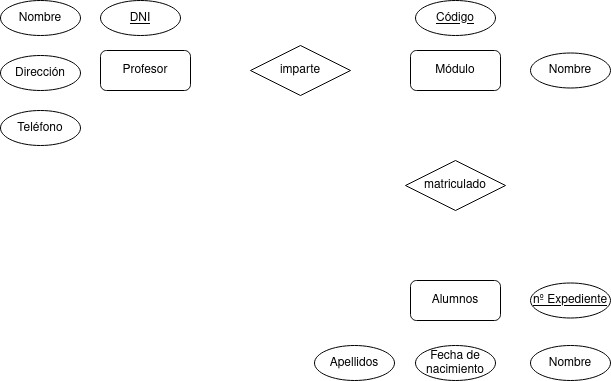
Before: Unidad-1/Tareas/Tarea-4/Ejercicio5.drawio.png, a diagram exported from draw.io (LuisMGlez/base-datos). Source tidied: cells renumbered, new cells last; positions are measured from the earlier drawing's top-left corner, leaving out a move shared by most shapes.
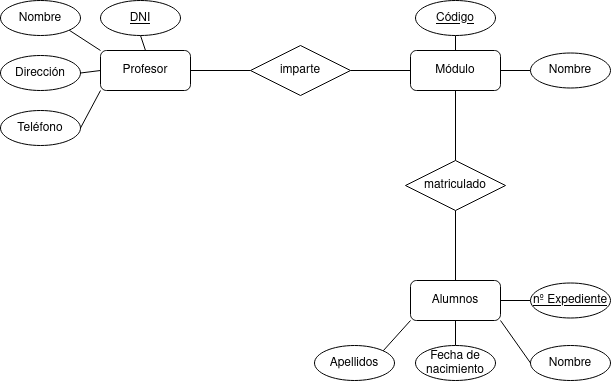
Above is the later version.

The edit, as a diff of the source:
```diff
@@ -2,18 +2,60 @@
   <root>
     <mxCell id="0" />
     <mxCell id="1" parent="0" />
+    <mxCell id="17" style="edgeStyle=orthogonalEdgeStyle;rounded=0;jettySize=auto;html=1;exitX=1;exitY=0.5;exitDx=0;exitDy=0;endArrow=none;endFill=0;" parent="1" edge="1" source="2" target="5">
+      <mxGeometry relative="1" as="geometry" />
+    </mxCell>
+    <mxCell id="18" style="rounded=0;jettySize=auto;html=1;exitX=0;exitY=1;exitDx=0;exitDy=0;entryX=1;entryY=0.5;entryDx=0;entryDy=0;endArrow=none;endFill=0;" parent="1" edge="1" source="2" target="11">
+      <mxGeometry relative="1" as="geometry" />
+    </mxCell>
+    <mxCell id="19" style="rounded=0;jettySize=auto;html=1;exitX=0;exitY=0.5;exitDx=0;exitDy=0;entryX=1;entryY=0.5;entryDx=0;entryDy=0;endArrow=none;endFill=0;" parent="1" edge="1" source="2" target="12">
+      <mxGeometry relative="1" as="geometry" />
+    </mxCell>
+    <mxCell id="20" style="rounded=0;jettySize=auto;html=1;exitX=0;exitY=0;exitDx=0;exitDy=0;entryX=1;entryY=1;entryDx=0;entryDy=0;endArrow=none;endFill=0;" parent="1" edge="1" source="2" target="14">
+      <mxGeometry relative="1" as="geometry" />
+    </mxCell>
+    <mxCell id="21" style="rounded=0;jettySize=auto;html=1;exitX=0.5;exitY=0;exitDx=0;exitDy=0;entryX=0.5;entryY=1;entryDx=0;entryDy=0;endArrow=none;endFill=0;" parent="1" edge="1" source="2" target="13">
+      <mxGeometry relative="1" as="geometry" />
+    </mxCell>
     <mxCell id="2" value="Profesor" style="rounded=1;whiteSpace=wrap;html=1;" parent="1" vertex="1">
       <mxGeometry x="100" y="50" width="90" height="40" as="geometry" />
     </mxCell>
+    <mxCell id="22" style="edgeStyle=orthogonalEdgeStyle;rounded=0;jettySize=auto;html=1;exitX=1;exitY=0.5;exitDx=0;exitDy=0;entryX=0;entryY=0.5;entryDx=0;entryDy=0;endArrow=none;endFill=0;" parent="1" edge="1" source="3" target="10">
+      <mxGeometry relative="1" as="geometry" />
+    </mxCell>
+    <mxCell id="23" style="edgeStyle=orthogonalEdgeStyle;rounded=0;jettySize=auto;html=1;exitX=0.5;exitY=1;exitDx=0;exitDy=0;entryX=0.5;entryY=0;entryDx=0;entryDy=0;endArrow=none;endFill=0;" parent="1" edge="1" source="3" target="8">
+      <mxGeometry relative="1" as="geometry" />
+    </mxCell>
+    <mxCell id="24" style="rounded=0;jettySize=auto;html=1;exitX=1;exitY=1;exitDx=0;exitDy=0;entryX=0;entryY=0.5;entryDx=0;entryDy=0;endArrow=none;endFill=0;" parent="1" edge="1" source="3" target="16">
+      <mxGeometry relative="1" as="geometry" />
+    </mxCell>
+    <mxCell id="25" style="rounded=0;jettySize=auto;html=1;exitX=0;exitY=1;exitDx=0;exitDy=0;entryX=1;entryY=0;entryDx=0;entryDy=0;endArrow=none;endFill=0;" parent="1" edge="1" source="3" target="9">
+      <mxGeometry relative="1" as="geometry" />
+    </mxCell>
     <mxCell id="3" value="Alumnos" style="rounded=1;whiteSpace=wrap;html=1;" parent="1" vertex="1">
       <mxGeometry x="410" y="280" width="90" height="40" as="geometry" />
     </mxCell>
+    <mxCell id="26" style="edgeStyle=orthogonalEdgeStyle;rounded=0;jettySize=auto;html=1;exitX=0.5;exitY=1;exitDx=0;exitDy=0;entryX=0.5;entryY=0;entryDx=0;entryDy=0;endArrow=none;endFill=0;" parent="1" edge="1" source="4" target="6">
+      <mxGeometry relative="1" as="geometry" />
+    </mxCell>
+    <mxCell id="27" style="edgeStyle=orthogonalEdgeStyle;rounded=0;jettySize=auto;html=1;exitX=0.5;exitY=0;exitDx=0;exitDy=0;entryX=0.5;entryY=1;entryDx=0;entryDy=0;endArrow=none;endFill=0;" parent="1" edge="1" source="4" target="7">
+      <mxGeometry relative="1" as="geometry" />
+    </mxCell>
+    <mxCell id="28" style="edgeStyle=orthogonalEdgeStyle;rounded=0;jettySize=auto;html=1;exitX=1;exitY=0.5;exitDx=0;exitDy=0;entryX=0;entryY=0.5;entryDx=0;entryDy=0;endArrow=none;endFill=0;" parent="1" edge="1" source="4" target="15">
+      <mxGeometry relative="1" as="geometry" />
+    </mxCell>
     <mxCell id="4" value="Módulo" style="rounded=1;whiteSpace=wrap;html=1;" parent="1" vertex="1">
       <mxGeometry x="410" y="50" width="90" height="40" as="geometry" />
     </mxCell>
+    <mxCell id="29" style="edgeStyle=orthogonalEdgeStyle;rounded=0;jettySize=auto;html=1;exitX=1;exitY=0.5;exitDx=0;exitDy=0;entryX=0;entryY=0.5;entryDx=0;entryDy=0;endArrow=none;endFill=0;" parent="1" edge="1" source="5" target="4">
+      <mxGeometry relative="1" as="geometry" />
+    </mxCell>
     <mxCell id="5" value="imparte" style="rhombus;whiteSpace=wrap;html=1;" parent="1" vertex="1">
       <mxGeometry x="250" y="45" width="100" height="50" as="geometry" />
     </mxCell>
+    <mxCell id="30" style="edgeStyle=orthogonalEdgeStyle;rounded=0;jettySize=auto;html=1;exitX=0.5;exitY=1;exitDx=0;exitDy=0;entryX=0.5;entryY=0;entryDx=0;entryDy=0;endArrow=none;endFill=0;" parent="1" edge="1" source="6" target="3">
+      <mxGeometry relative="1" as="geometry" />
+    </mxCell>
     <mxCell id="6" value="matriculado" style="rhombus;whiteSpace=wrap;html=1;" parent="1" vertex="1">
       <mxGeometry x="405" y="160" width="100" height="50" as="geometry" />
     </mxCell>
```
